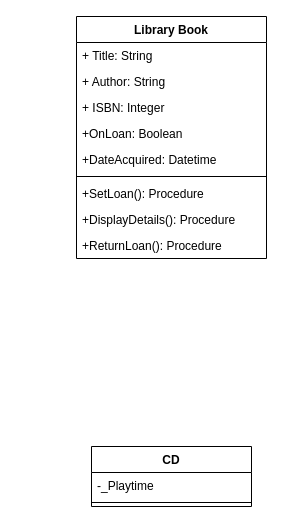
Above: Notes/Classdiagramforlibrarybooks.drawio in vandorena/Computer-Science-A-Level (draw.io), before the change. Source tidied: cells renumbered, new cells numbered last; positions are measured from the earlier drawing's top-left corner, leaving out a move shared by most shapes. Both pictures are drawn from the tidied source at 100%, with x=0, y=0 at pixel (76, 16).
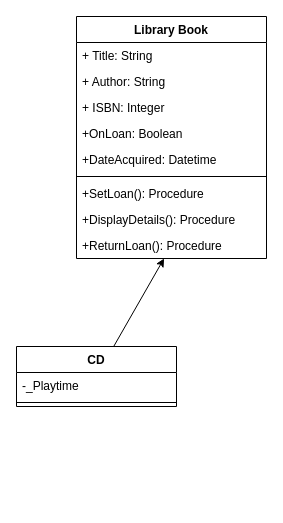
After the change.

Commit message (it also covers changes not shown here):
updated uml diagram for library class

Diff of the diagram source:
```diff
@@
 <mxGraphModel>
   <root>
     <mxCell id="0" />
     <mxCell id="1" parent="0" />
     <mxCell id="2" value="Library Book" style="swimlane;fontStyle=1;align=center;verticalAlign=top;horizontal=1;startSize=26;" parent="1" vertex="1">
       <mxGeometry width="190" height="242" as="geometry" />
     </mxCell>
     <mxCell id="3" value="+ Title: String" style="text;strokeColor=none;fillColor=none;align=left;verticalAlign=top;spacingLeft=4;spacingRight=4;overflow=hidden;" parent="2" vertex="1">
       <mxGeometry y="26" width="190" height="26" as="geometry" />
     </mxCell>
     <mxCell id="4" value="+ Author: String" style="text;strokeColor=none;fillColor=none;align=left;verticalAlign=top;spacingLeft=4;spacingRight=4;overflow=hidden;" parent="2" vertex="1">
       <mxGeometry y="52" width="190" height="26" as="geometry" />
     </mxCell>
     <mxCell id="5" value="+ ISBN: Integer" style="text;strokeColor=none;fillColor=none;align=left;verticalAlign=top;spacingLeft=4;spacingRight=4;overflow=hidden;" parent="2" vertex="1">
       <mxGeometry y="78" width="190" height="26" as="geometry" />
     </mxCell>
     <mxCell id="6" value="+OnLoan: Boolean" style="text;strokeColor=none;fillColor=none;align=left;verticalAlign=top;spacingLeft=4;spacingRight=4;overflow=hidden;" parent="2" vertex="1">
       <mxGeometry y="104" width="190" height="26" as="geometry" />
     </mxCell>
     <mxCell id="7" value="+DateAcquired: Datetime" style="text;strokeColor=none;fillColor=none;align=left;verticalAlign=top;spacingLeft=4;spacingRight=4;overflow=hidden;" parent="2" vertex="1">
       <mxGeometry y="130" width="190" height="26" as="geometry" />
     </mxCell>
     <mxCell id="8" style="line;strokeWidth=1;fillColor=none;align=left;verticalAlign=middle;spacingTop=-1;spacingLeft=3;spacingRight=3;labelPosition=right;strokeColor=inherit;" parent="2" vertex="1">
       <mxGeometry y="156" width="190" height="8" as="geometry" />
     </mxCell>
     <mxCell id="9" value="+SetLoan(): Procedure" style="text;strokeColor=none;fillColor=none;align=left;verticalAlign=top;spacingLeft=4;spacingRight=4;overflow=hidden;" parent="2" vertex="1">
       <mxGeometry y="164" width="190" height="26" as="geometry" />
     </mxCell>
     <mxCell id="10" value="+DisplayDetails(): Procedure" style="text;strokeColor=none;fillColor=none;align=left;verticalAlign=top;spacingLeft=4;spacingRight=4;overflow=hidden;" parent="2" vertex="1">
       <mxGeometry y="190" width="190" height="26" as="geometry" />
     </mxCell>
     <mxCell id="11" value="+ReturnLoan(): Procedure" style="text;strokeColor=none;fillColor=none;align=left;verticalAlign=top;spacingLeft=4;spacingRight=4;overflow=hidden;points=[[0,0.5],[1,0.5]];portConstraint=eastwest;" parent="2" vertex="1">
       <mxGeometry y="216" width="190" height="26" as="geometry" />
     </mxCell>
+    <mxCell id="15" style="edgeStyle=none;html=1;" parent="1" edge="1" source="12" target="11">
+      <mxGeometry relative="1" as="geometry" />
+    </mxCell>
     <mxCell id="12" value="CD" style="swimlane;fontStyle=1;align=center;verticalAlign=top;horizontal=1;startSize=26;" parent="1" vertex="1">
-      <mxGeometry x="15" y="430" width="160" height="60" as="geometry" />
+      <mxGeometry x="-60" y="330" width="160" height="60" as="geometry" />
     </mxCell>
     <mxCell id="13" value="-_Playtime" style="text;strokeColor=none;fillColor=none;align=left;verticalAlign=top;spacingLeft=4;spacingRight=4;overflow=hidden;" parent="12" vertex="1">
       <mxGeometry y="26" width="160" height="26" as="geometry" />
     </mxCell>
     <mxCell id="14" style="line;strokeWidth=1;fillColor=none;align=left;verticalAlign=middle;spacingTop=-1;spacingLeft=3;spacingRight=3;labelPosition=right;strokeColor=inherit;" parent="12" vertex="1">
       <mxGeometry y="52" width="160" height="8" as="geometry" />
     </mxCell>
   </root>
 </mxGraphModel>
```
